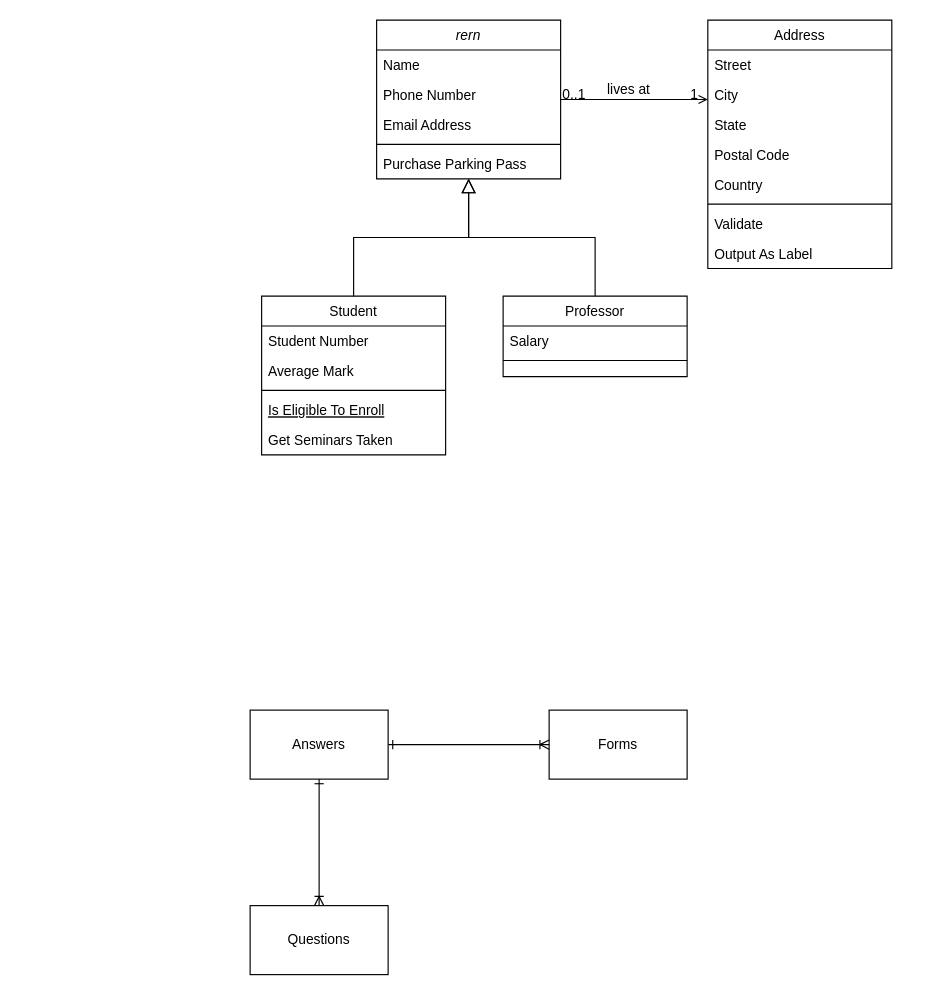
Earlier version of the draw.io diagram system_design_DB.drawio (JZane21/Framework-for-system-design-interviews). Source tidied: cells renumbered, new cells numbered last; positions are measured from the earlier drawing's top-left corner, leaving out a move shared by most shapes. Both pictures are drawn from the tidied source at 115%, with x=0, y=0 at pixel (250, 20).
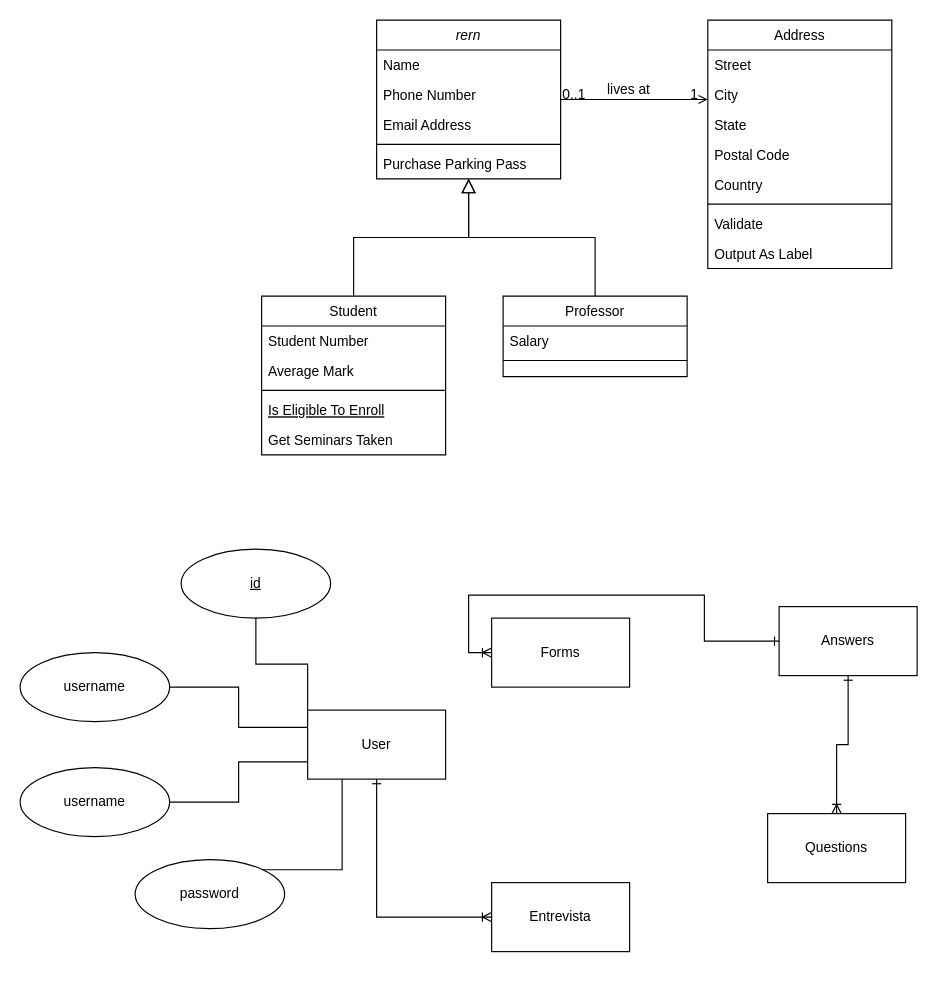
The same page after the edit.

Diff of the diagram source:
```diff
@@
+    <mxCell id="37" style="edgeStyle=orthogonalEdgeStyle;rounded=0;jettySize=auto;html=1;exitX=0.5;exitY=1;exitDx=0;exitDy=0;entryX=0;entryY=0.5;entryDx=0;entryDy=0;endArrow=ERoneToMany;endFill=0;startArrow=ERone;startFill=0;" parent="1" edge="1" source="38" target="47">
+      <mxGeometry relative="1" as="geometry" />
+    </mxCell>
     <mxCell id="32" value="Forms" style="rounded=0;whiteSpace=wrap;html=1;" parent="1" vertex="1">
-      <mxGeometry x="260" y="600" width="120" height="60" as="geometry" />
+      <mxGeometry x="210" y="520" width="120" height="60" as="geometry" />
     </mxCell>
+    <mxCell id="38" value="User" style="rounded=0;whiteSpace=wrap;html=1;" parent="1" vertex="1">
+      <mxGeometry x="50" y="600" width="120" height="60" as="geometry" />
+    </mxCell>
     <mxCell id="33" value="Questions" style="rounded=0;whiteSpace=wrap;html=1;" parent="1" vertex="1">
-      <mxGeometry y="770" width="120" height="60" as="geometry" />
+      <mxGeometry x="450" y="690" width="120" height="60" as="geometry" />
     </mxCell>
+    <mxCell id="39" style="edgeStyle=orthogonalEdgeStyle;rounded=0;jettySize=auto;html=1;exitX=0.5;exitY=1;exitDx=0;exitDy=0;entryX=0;entryY=0;entryDx=0;entryDy=0;endArrow=none;endFill=0;" parent="1" edge="1" source="40" target="38">
+      <mxGeometry relative="1" as="geometry" />
+    </mxCell>
@@
+    <mxCell id="40" value="&lt;u&gt;id&lt;/u&gt;" style="ellipse;whiteSpace=wrap;html=1;" parent="1" vertex="1">
+      <mxGeometry x="-60" y="460" width="130" height="60" as="geometry" />
+    </mxCell>
     <mxCell id="35" value="Answers" style="rounded=0;whiteSpace=wrap;html=1;" parent="1" vertex="1">
-      <mxGeometry y="600" width="120" height="60" as="geometry" />
+      <mxGeometry x="460" y="510" width="120" height="60" as="geometry" />
     </mxCell>
+    <mxCell id="41" style="edgeStyle=orthogonalEdgeStyle;rounded=0;jettySize=auto;html=1;exitX=1;exitY=0;exitDx=0;exitDy=0;entryX=0.25;entryY=1;entryDx=0;entryDy=0;endArrow=none;endFill=0;" parent="1" edge="1" source="42" target="38">
+      <mxGeometry relative="1" as="geometry" />
+    </mxCell>
@@
+    <mxCell id="42" value="password" style="ellipse;whiteSpace=wrap;html=1;" parent="1" vertex="1">
+      <mxGeometry x="-100" y="730" width="130" height="60" as="geometry" />
+    </mxCell>
+    <mxCell id="43" style="edgeStyle=orthogonalEdgeStyle;rounded=0;jettySize=auto;html=1;exitX=1;exitY=0.5;exitDx=0;exitDy=0;entryX=0;entryY=0.75;entryDx=0;entryDy=0;endArrow=none;endFill=0;" parent="1" edge="1" source="44" target="38">
+      <mxGeometry relative="1" as="geometry" />
+    </mxCell>
+    <mxCell id="44" value="username" style="ellipse;whiteSpace=wrap;html=1;" parent="1" vertex="1">
+      <mxGeometry x="-200" y="650" width="130" height="60" as="geometry" />
+    </mxCell>
+    <mxCell id="45" style="edgeStyle=orthogonalEdgeStyle;rounded=0;jettySize=auto;html=1;exitX=1;exitY=0.5;exitDx=0;exitDy=0;entryX=0;entryY=0.25;entryDx=0;entryDy=0;endArrow=none;endFill=0;" parent="1" edge="1" source="46" target="38">
+      <mxGeometry relative="1" as="geometry" />
+    </mxCell>
+    <mxCell id="46" value="username" style="ellipse;whiteSpace=wrap;html=1;" parent="1" vertex="1">
+      <mxGeometry x="-200" y="550" width="130" height="60" as="geometry" />
+    </mxCell>
+    <mxCell id="47" value="Entrevista" style="rounded=0;whiteSpace=wrap;html=1;" parent="1" vertex="1">
+      <mxGeometry x="210" y="750" width="120" height="60" as="geometry" />
+    </mxCell>
```
